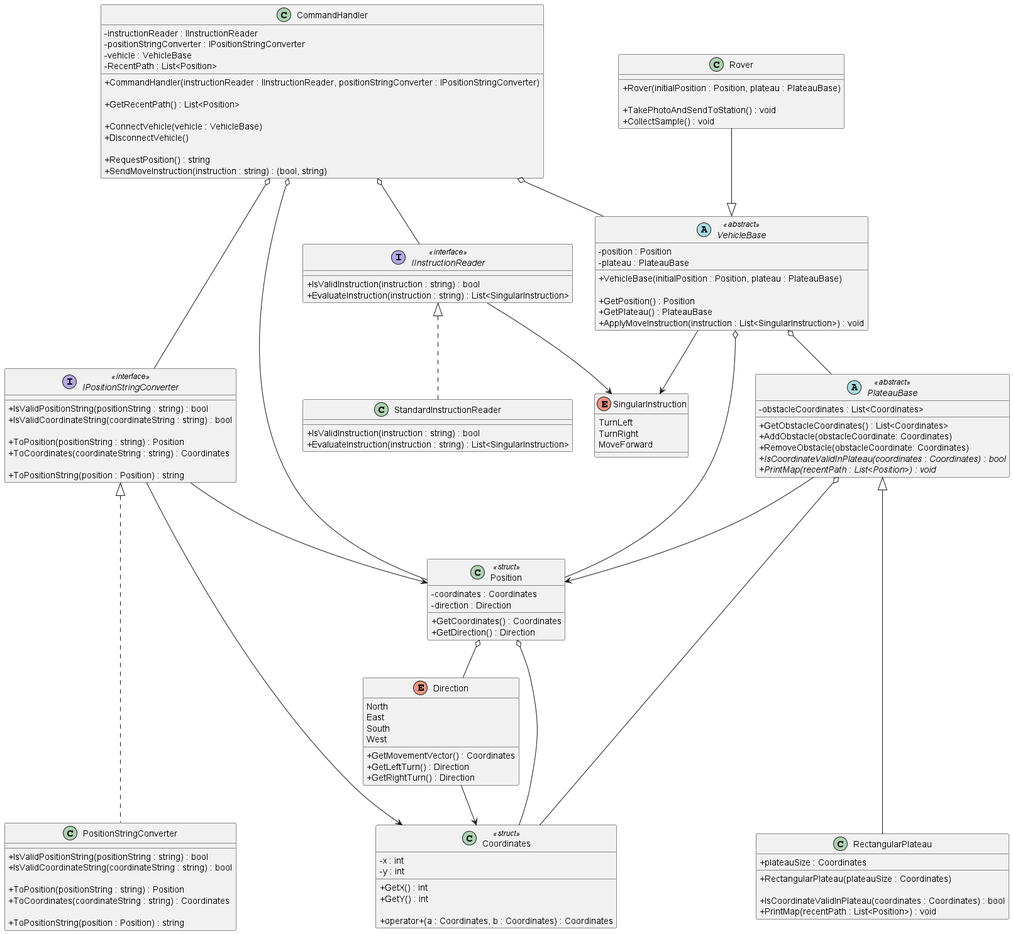
Before: diagrams/Mars Rover Challenge.png, a diagram exported from PlantUML (iamfranco/MarsRoverChallenge).
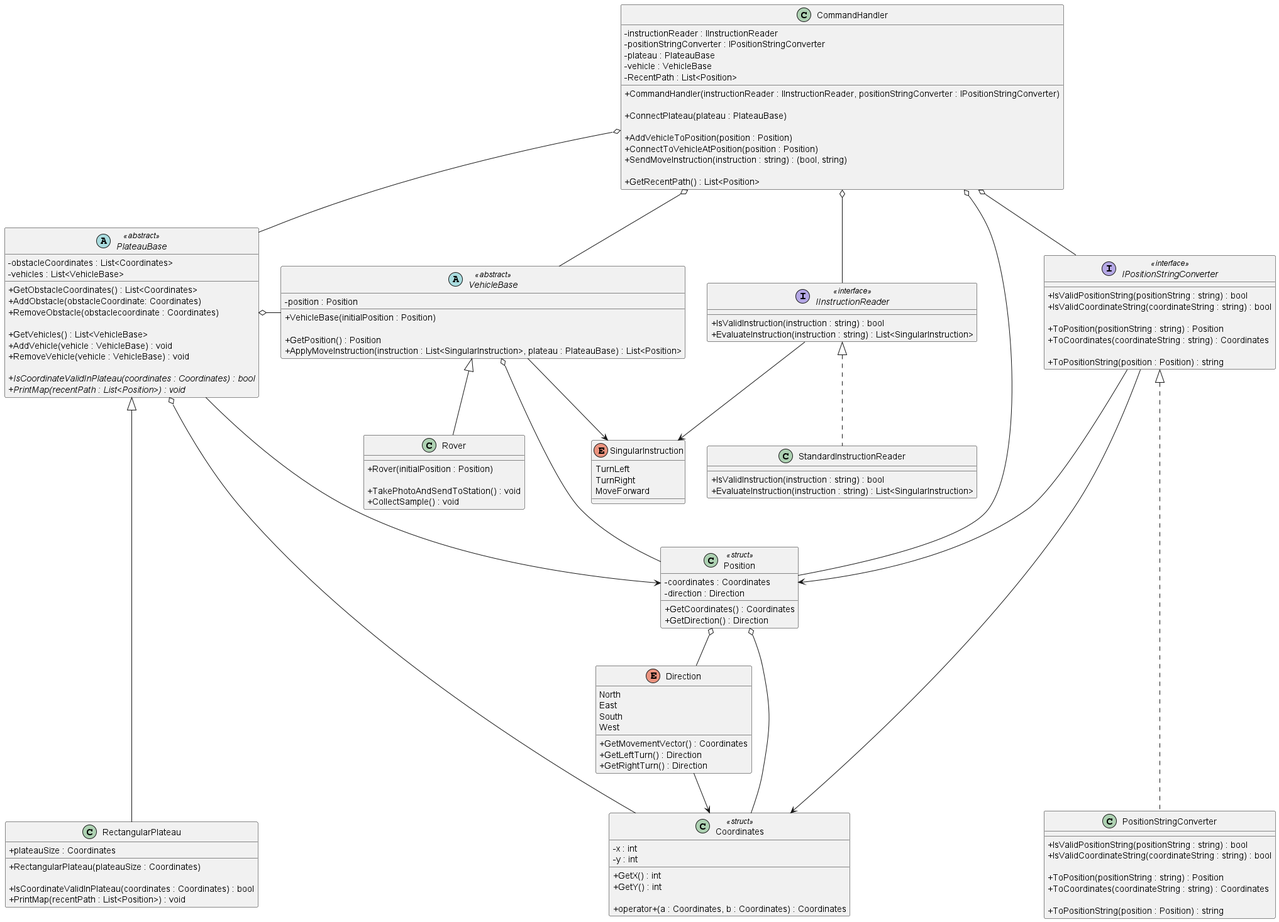
The same file after the commit.

Commit message:
UML: modify CommandHandler, PlateauBase, VehicleBase, and Rover, to allow multiple vehicles on same plateau

The edit, as a diff of the source:
```diff
@@ -5,18 +5,19 @@
 {
   - instructionReader : IInstructionReader
   - positionStringConverter : IPositionStringConverter
+  - plateau : PlateauBase
   - vehicle : VehicleBase
   - RecentPath : List<Position>
 
   + CommandHandler(instructionReader : IInstructionReader, positionStringConverter : IPositionStringConverter)
 
+  + ConnectPlateau(plateau : PlateauBase)
+
+  + AddVehicleToPosition(position : Position)
+  + ConnectToVehicleAtPosition(position : Position)
+  + SendMoveInstruction(instruction : string) : (bool, string)
+
   + GetRecentPath() : List<Position>
-
-  + ConnectVehicle(vehicle : VehicleBase)
-  + DisconnectVehicle()
-
-  + RequestPosition() : string
-  + SendMoveInstruction(instruction : string) : (bool, string)
 }
 
 interface IInstructionReader <<interface>>
@@ -41,10 +42,16 @@
 abstract PlateauBase <<abstract>>
 {
   - obstacleCoordinates : List<Coordinates>
+  - vehicles : List<VehicleBase>
 
   + GetObstacleCoordinates() : List<Coordinates>
   + AddObstacle(obstacleCoordinate: Coordinates)
-  + RemoveObstacle(obstacleCoordinate: Coordinates)
+  + RemoveObstacle(obstaclecoordinate : Coordinates)
+
+  + GetVehicles() : List<VehicleBase>
+  + AddVehicle(vehicle : VehicleBase) : void
+  + RemoveVehicle(vehicle : VehicleBase) : void
+
   {abstract} + IsCoordinateValidInPlateau(coordinates : Coordinates) : bool
   {abstract} + PrintMap(recentPath : List<Position>) : void
 }
@@ -115,7 +122,7 @@
 
 class Rover
 {
-  + Rover(initialPosition : Position, plateau : PlateauBase)
+  + Rover(initialPosition : Position)
 
   + TakePhotoAndSendToStation() : void
   + CollectSample() : void
@@ -124,35 +131,34 @@
 abstract VehicleBase <<abstract>>
 {
   - position : Position
-  - plateau : PlateauBase
 
-  + VehicleBase(initialPosition : Position, plateau : PlateauBase)
+  + VehicleBase(initialPosition : Position)
 
   + GetPosition() : Position
-  + GetPlateau() : PlateauBase
-  + ApplyMoveInstruction(instruction : List<SingularInstruction>) : void
+  + ApplyMoveInstruction(instruction : List<SingularInstruction>, plateau : PlateauBase) : List<Position>
 }
 
 CommandHandler o-- IInstructionReader
 CommandHandler o-- IPositionStringConverter
+CommandHandler o-- PlateauBase
 CommandHandler o-- VehicleBase
 CommandHandler o---- Position
 
 IInstructionReader --> SingularInstruction
 IInstructionReader <|.. StandardInstructionReader
 
-VehicleBase <|-u- Rover
+VehicleBase <|-- Rover
 VehicleBase --> SingularInstruction
 VehicleBase o--- Position
-VehicleBase o-- PlateauBase
 
 IPositionStringConverter <|..... PositionStringConverter
 IPositionStringConverter ---> Position
-IPositionStringConverter ----> Coordinates
+IPositionStringConverter ---> Coordinates
 
 PlateauBase <|----- RectangularPlateau
-PlateauBase ---> Position
-PlateauBase o--- Coordinates
+PlateauBase --> Position
+PlateauBase o-- Coordinates
+PlateauBase o- VehicleBase
 
 Direction --> Coordinates
 
```
